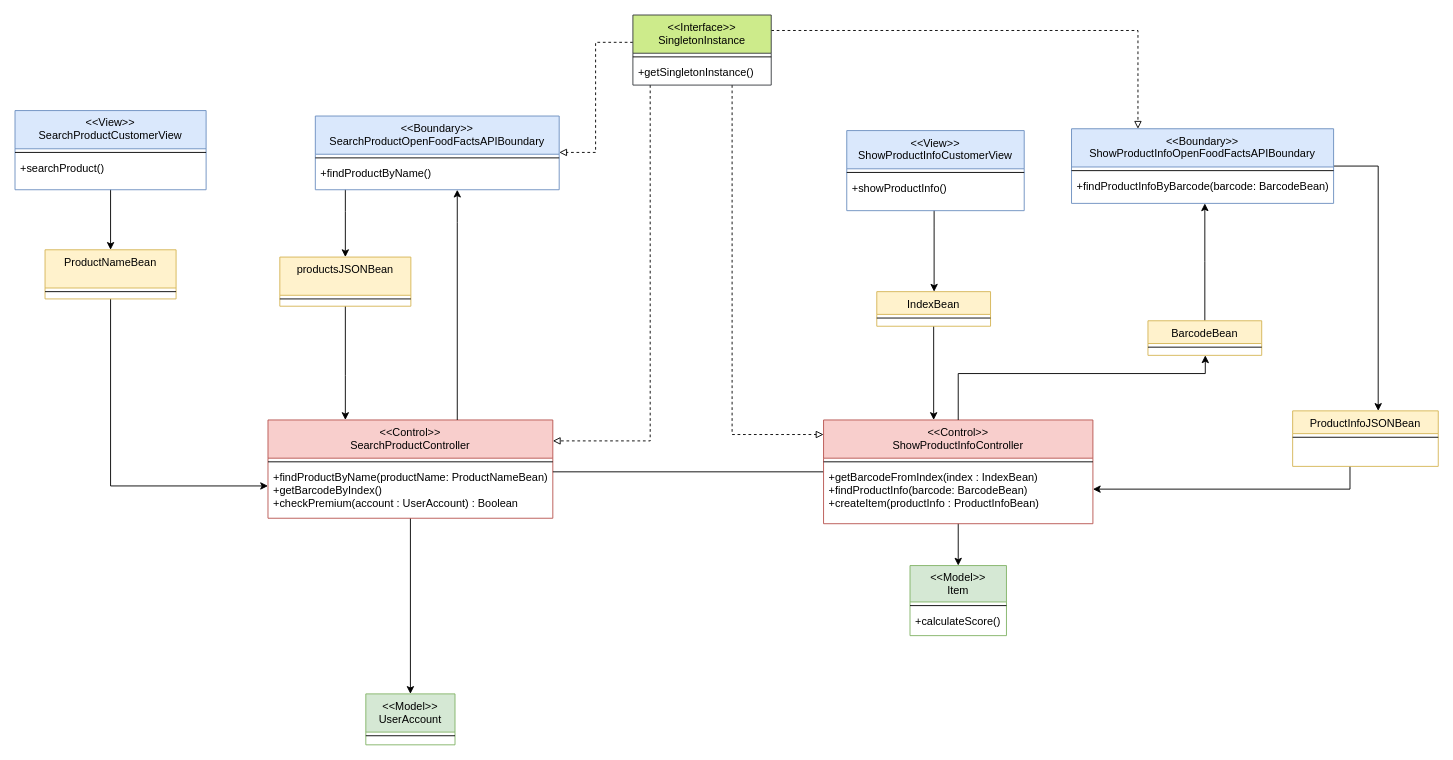
The draw.io diagram docx&pdf/ClassDiagram_BCE/DESIGN_SearchProduct.drawio in FredHats99/HealthyCart, before the edit. Source tidied: cells renumbered, new cells numbered last; positions are measured from the earlier drawing's top-left corner, leaving out a move shared by most shapes. Both pictures are drawn from the tidied source at 91%, with x=0, y=0 at pixel (15, 15).
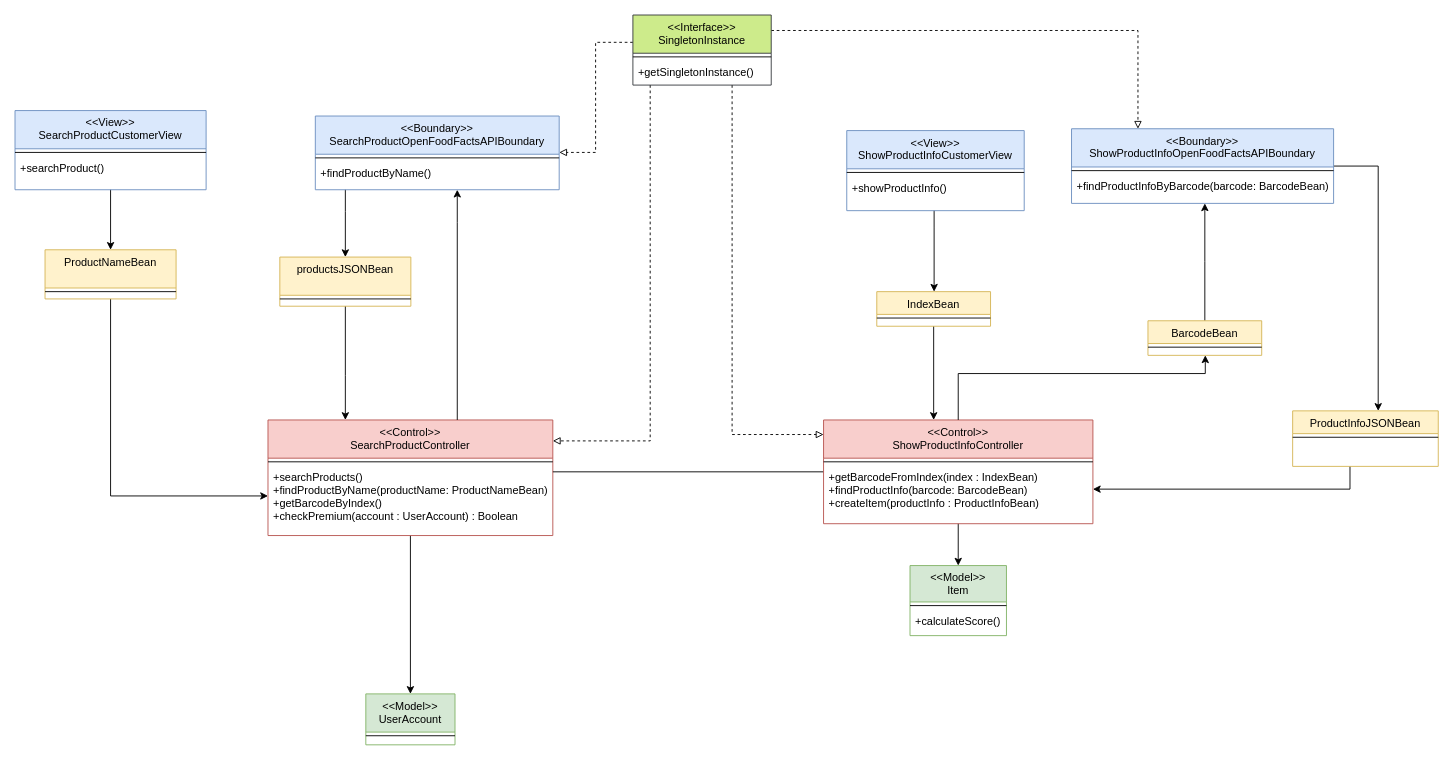
After the change.

Commit message (it also covers changes not shown here):
Added the folder SequenceDiagram with the first Sequence Diagram written. Minor changes to the same-UC MVC class diagram to maintain coherence.

Diff of the diagram source:
```diff
@@
     <mxCell id="8" value="&lt;&lt;Control&gt;&gt;&#10;SearchProductController" style="swimlane;fontStyle=0;align=center;verticalAlign=top;horizontal=1;startSize=42;rounded=0;shadow=0;strokeWidth=1;fillColor=#f8cecc;strokeColor=#b85450;" parent="1" vertex="1">
-      <mxGeometry x="278" y="445" width="313" height="108" as="geometry" />
+      <mxGeometry x="278" y="445" width="313" height="127" as="geometry" />
     </mxCell>
@@
-    <mxCell id="10" value="+findProductByName(productName: ProductNameBean)&#10;+getBarcodeByIndex()&#10;+checkPremium(account : UserAccount) : Boolean" style="text;align=left;verticalAlign=top;spacingLeft=4;spacingRight=4;overflow=hidden;points=[[0,0.5],[1,0.5]];portConstraint=eastwest;" parent="8" vertex="1">
-      <mxGeometry y="50" width="313" height="45" as="geometry" />
+    <mxCell id="10" value="+searchProducts()&#10;+findProductByName(productName: ProductNameBean)&#10;+getBarcodeByIndex()&#10;+checkPremium(account : UserAccount) : Boolean" style="text;align=left;verticalAlign=top;spacingLeft=4;spacingRight=4;overflow=hidden;points=[[0,0.5],[1,0.5]];portConstraint=eastwest;" parent="8" vertex="1">
+      <mxGeometry y="50" width="313" height="67" as="geometry" />
     </mxCell>
```
